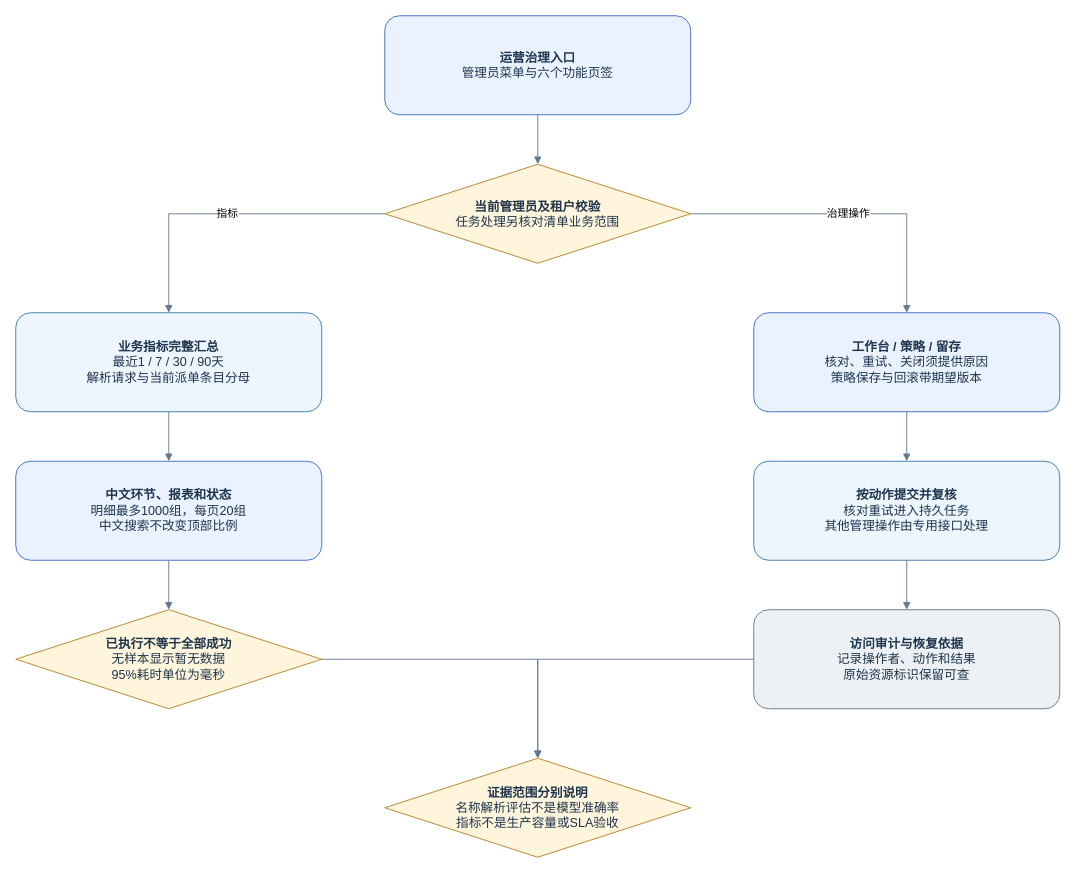
Earlier version of the draw.io diagram page "12 运营治理与展示口径" (12 of 13) of docs/diagrams/demo-final/demo-final.drawio (QSZJAVA/agent_demo). Source tidied: cells renumbered, new cells numbered last; positions are measured from the earlier drawing's top-left corner, leaving out a move shared by most shapes. Both pictures are drawn from the tidied source at 90%, with x=0, y=0 at pixel (15, 15).
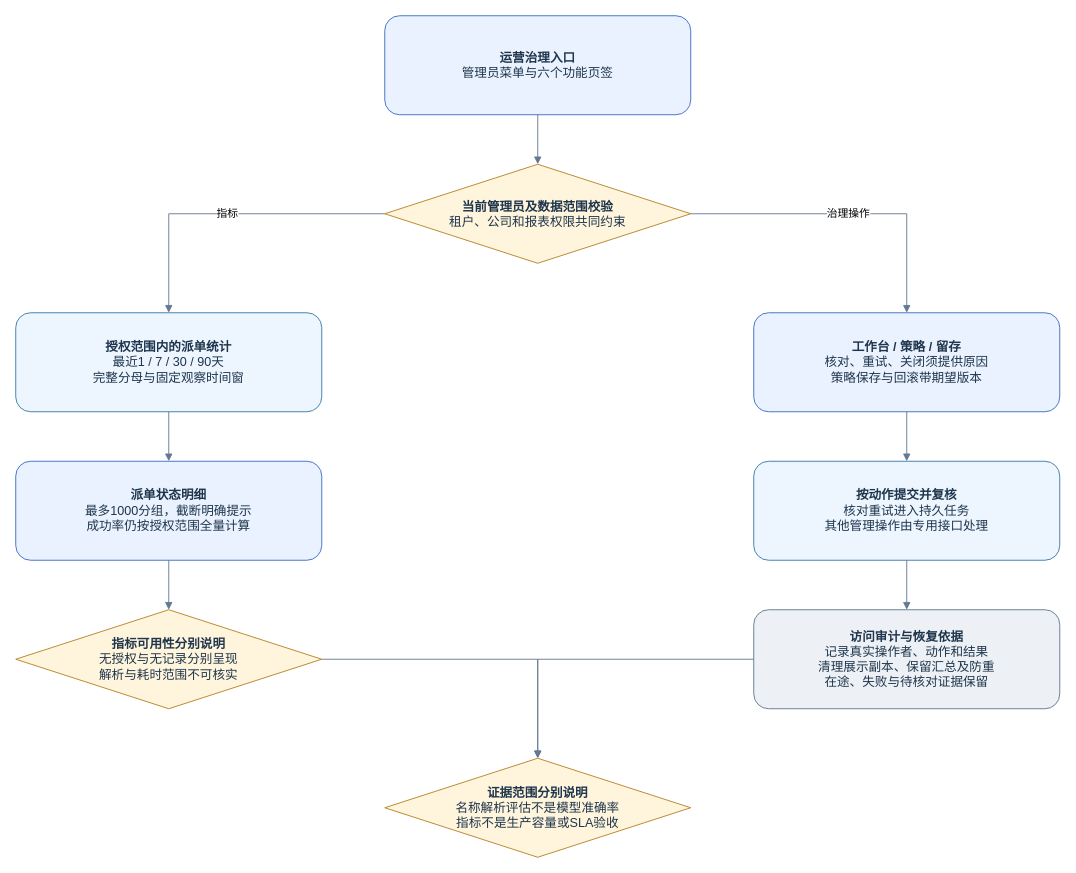
The same diagram, later.

Change to the diagram source:
```diff
@@
 <mxGraphModel>
   <root>
     <mxCell id="0" />
     <mxCell id="1" parent="0" />
     <mxCell id="2" value="&lt;b&gt;运营治理入口&lt;/b&gt;&lt;br&gt;管理员菜单与六个功能页签" style="rounded=1;whiteSpace=wrap;html=1;fillColor=#eaf2ff;strokeColor=#386bc1;fontColor=#1e354c;fontFamily=Microsoft YaHei;fontSize=14;" parent="1" vertex="1">
       <mxGeometry x="410" width="340" height="110" as="geometry" />
     </mxCell>
-    <mxCell id="3" value="&lt;b&gt;当前管理员及租户校验&lt;/b&gt;&lt;br&gt;任务处理另核对清单业务范围" style="rhombus;whiteSpace=wrap;html=1;fillColor=#fff4dc;strokeColor=#b58022;fontColor=#1e354c;fontFamily=Microsoft YaHei;fontSize=14;" parent="1" vertex="1">
+    <mxCell id="3" value="&lt;b&gt;当前管理员及数据范围校验&lt;/b&gt;&lt;br&gt;租户、公司和报表权限共同约束" style="rhombus;whiteSpace=wrap;html=1;fillColor=#fff4dc;strokeColor=#b58022;fontColor=#1e354c;fontFamily=Microsoft YaHei;fontSize=14;" parent="1" vertex="1">
       <mxGeometry x="410" y="165" width="340" height="110" as="geometry" />
     </mxCell>
-    <mxCell id="4" value="&lt;b&gt;业务指标完整汇总&lt;/b&gt;&lt;br&gt;最近1 / 7 / 30 / 90天&lt;br&gt;解析请求与当前派单条目分母" style="rounded=1;whiteSpace=wrap;html=1;fillColor=#edf5ff;strokeColor=#3778a8;fontColor=#1e354c;fontFamily=Microsoft YaHei;fontSize=14;" parent="1" vertex="1">
+    <mxCell id="4" value="&lt;b&gt;授权范围内的派单统计&lt;/b&gt;&lt;br&gt;最近1 / 7 / 30 / 90天&lt;br&gt;完整分母与固定观察时间窗" style="rounded=1;whiteSpace=wrap;html=1;fillColor=#edf5ff;strokeColor=#3778a8;fontColor=#1e354c;fontFamily=Microsoft YaHei;fontSize=14;" parent="1" vertex="1">
       <mxGeometry y="330" width="340" height="110" as="geometry" />
     </mxCell>
     <mxCell id="5" value="&lt;b&gt;工作台 / 策略 / 留存&lt;/b&gt;&lt;br&gt;核对、重试、关闭须提供原因&lt;br&gt;策略保存与回滚带期望版本" style="rounded=1;whiteSpace=wrap;html=1;fillColor=#eaf2ff;strokeColor=#386bc1;fontColor=#1e354c;fontFamily=Microsoft YaHei;fontSize=14;" parent="1" vertex="1">
       <mxGeometry x="820" y="330" width="340" height="110" as="geometry" />
     </mxCell>
-    <mxCell id="6" value="&lt;b&gt;中文环节、报表和状态&lt;/b&gt;&lt;br&gt;明细最多1000组，每页20组&lt;br&gt;中文搜索不改变顶部比例" style="rounded=1;whiteSpace=wrap;html=1;fillColor=#eaf2ff;strokeColor=#386bc1;fontColor=#1e354c;fontFamily=Microsoft YaHei;fontSize=14;" parent="1" vertex="1">
+    <mxCell id="6" value="&lt;b&gt;派单状态明细&lt;/b&gt;&lt;br&gt;最多1000分组，截断明确提示&lt;br&gt;成功率仍按授权范围全量计算" style="rounded=1;whiteSpace=wrap;html=1;fillColor=#eaf2ff;strokeColor=#386bc1;fontColor=#1e354c;fontFamily=Microsoft YaHei;fontSize=14;" parent="1" vertex="1">
       <mxGeometry y="495" width="340" height="110" as="geometry" />
     </mxCell>
     <mxCell id="7" value="&lt;b&gt;按动作提交并复核&lt;/b&gt;&lt;br&gt;核对重试进入持久任务&lt;br&gt;其他管理操作由专用接口处理" style="rounded=1;whiteSpace=wrap;html=1;fillColor=#edf5ff;strokeColor=#3778a8;fontColor=#1e354c;fontFamily=Microsoft YaHei;fontSize=14;" parent="1" vertex="1">
       <mxGeometry x="820" y="495" width="340" height="110" as="geometry" />
     </mxCell>
-    <mxCell id="8" value="&lt;b&gt;已执行不等于全部成功&lt;/b&gt;&lt;br&gt;无样本显示暂无数据&lt;br&gt;95%耗时单位为毫秒" style="rhombus;whiteSpace=wrap;html=1;fillColor=#fff4dc;strokeColor=#b58022;fontColor=#1e354c;fontFamily=Microsoft YaHei;fontSize=14;" parent="1" vertex="1">
+    <mxCell id="8" value="&lt;b&gt;指标可用性分别说明&lt;/b&gt;&lt;br&gt;无授权与无记录分别呈现&lt;br&gt;解析与耗时范围不可核实" style="rhombus;whiteSpace=wrap;html=1;fillColor=#fff4dc;strokeColor=#b58022;fontColor=#1e354c;fontFamily=Microsoft YaHei;fontSize=14;" parent="1" vertex="1">
       <mxGeometry y="660" width="340" height="110" as="geometry" />
     </mxCell>
-    <mxCell id="9" value="&lt;b&gt;访问审计与恢复依据&lt;/b&gt;&lt;br&gt;记录操作者、动作和结果&lt;br&gt;原始资源标识保留可查" style="rounded=1;whiteSpace=wrap;html=1;fillColor=#edf1f5;strokeColor=#60768b;fontColor=#1e354c;fontFamily=Microsoft YaHei;fontSize=14;" parent="1" vertex="1">
+    <mxCell id="9" value="&lt;b&gt;访问审计与恢复依据&lt;/b&gt;&lt;br&gt;记录真实操作者、动作和结果&lt;br&gt;清理展示副本、保留汇总及防重&lt;br&gt;在途、失败与待核对证据保留" style="rounded=1;whiteSpace=wrap;html=1;fillColor=#edf1f5;strokeColor=#60768b;fontColor=#1e354c;fontFamily=Microsoft YaHei;fontSize=14;" parent="1" vertex="1">
       <mxGeometry x="820" y="660" width="340" height="110" as="geometry" />
     </mxCell>
     <mxCell id="10" value="&lt;b&gt;证据范围分别说明&lt;/b&gt;&lt;br&gt;名称解析评估不是模型准确率&lt;br&gt;指标不是生产容量或SLA验收" style="rhombus;whiteSpace=wrap;html=1;fillColor=#fff4dc;strokeColor=#b58022;fontColor=#1e354c;fontFamily=Microsoft YaHei;fontSize=14;" parent="1" vertex="1">
       <mxGeometry x="410" y="825" width="340" height="110" as="geometry" />
     </mxCell>
     <mxCell id="11" style="edgeStyle=orthogonalEdgeStyle;rounded=0;html=1;endArrow=block;endFill=1;strokeColor=#657891;fontFamily=Microsoft YaHei;fontSize=12;" parent="1" edge="1" source="2" target="3">
       <mxGeometry relative="1" as="geometry" />
     </mxCell>
     <mxCell id="12" value="指标" style="edgeStyle=orthogonalEdgeStyle;rounded=0;html=1;endArrow=block;endFill=1;strokeColor=#657891;fontFamily=Microsoft YaHei;fontSize=12;" parent="1" edge="1" source="3" target="4">
       <mxGeometry relative="1" as="geometry" />
     </mxCell>
     <mxCell id="13" value="治理操作" style="edgeStyle=orthogonalEdgeStyle;rounded=0;html=1;endArrow=block;endFill=1;strokeColor=#657891;fontFamily=Microsoft YaHei;fontSize=12;" parent="1" edge="1" source="3" target="5">
       <mxGeometry relative="1" as="geometry" />
     </mxCell>
     <mxCell id="14" style="edgeStyle=orthogonalEdgeStyle;rounded=0;html=1;endArrow=block;endFill=1;strokeColor=#657891;fontFamily=Microsoft YaHei;fontSize=12;" parent="1" edge="1" source="4" target="6">
       <mxGeometry relative="1" as="geometry" />
     </mxCell>
     <mxCell id="15" style="edgeStyle=orthogonalEdgeStyle;rounded=0;html=1;endArrow=block;endFill=1;strokeColor=#657891;fontFamily=Microsoft YaHei;fontSize=12;" parent="1" edge="1" source="6" target="8">
       <mxGeometry relative="1" as="geometry" />
     </mxCell>
     <mxCell id="16" style="edgeStyle=orthogonalEdgeStyle;rounded=0;html=1;endArrow=block;endFill=1;strokeColor=#657891;fontFamily=Microsoft YaHei;fontSize=12;" parent="1" edge="1" source="5" target="7">
       <mxGeometry relative="1" as="geometry" />
     </mxCell>
     <mxCell id="17" style="edgeStyle=orthogonalEdgeStyle;rounded=0;html=1;endArrow=block;endFill=1;strokeColor=#657891;fontFamily=Microsoft YaHei;fontSize=12;" parent="1" edge="1" source="7" target="9">
       <mxGeometry relative="1" as="geometry" />
     </mxCell>
     <mxCell id="18" style="edgeStyle=orthogonalEdgeStyle;rounded=0;html=1;endArrow=block;endFill=1;strokeColor=#657891;fontFamily=Microsoft YaHei;fontSize=12;" parent="1" edge="1" source="8" target="10">
       <mxGeometry relative="1" as="geometry" />
     </mxCell>
     <mxCell id="19" style="edgeStyle=orthogonalEdgeStyle;rounded=0;html=1;endArrow=block;endFill=1;strokeColor=#657891;fontFamily=Microsoft YaHei;fontSize=12;" parent="1" edge="1" source="9" target="10">
       <mxGeometry relative="1" as="geometry" />
     </mxCell>
   </root>
 </mxGraphModel>
```
